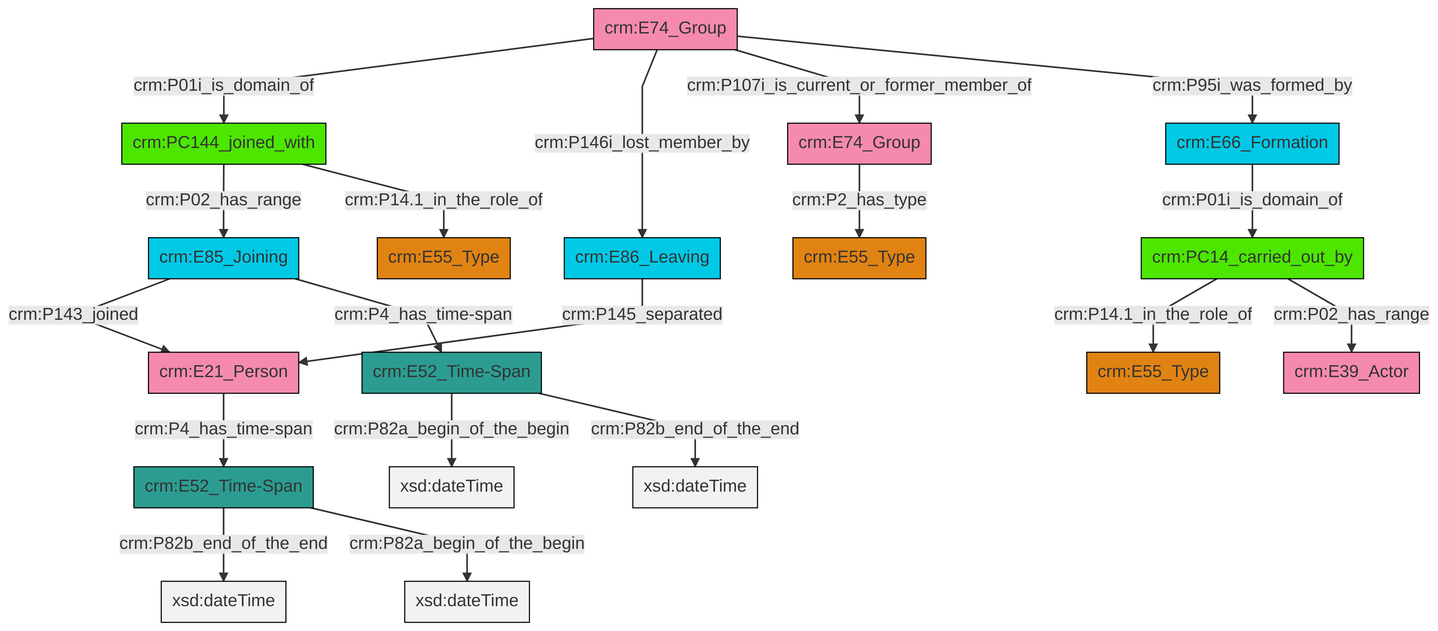
swiss-art-research-net/docs.swissartresearch keeps this Mermaid diagram as et/groupCSV/ttl/mmd/png/group_actor_relations.png. Above is the earlier version. Its source is kept beside it as et/groupCSV/ttl/mmd/group_actor_relations.ttl.mmd.
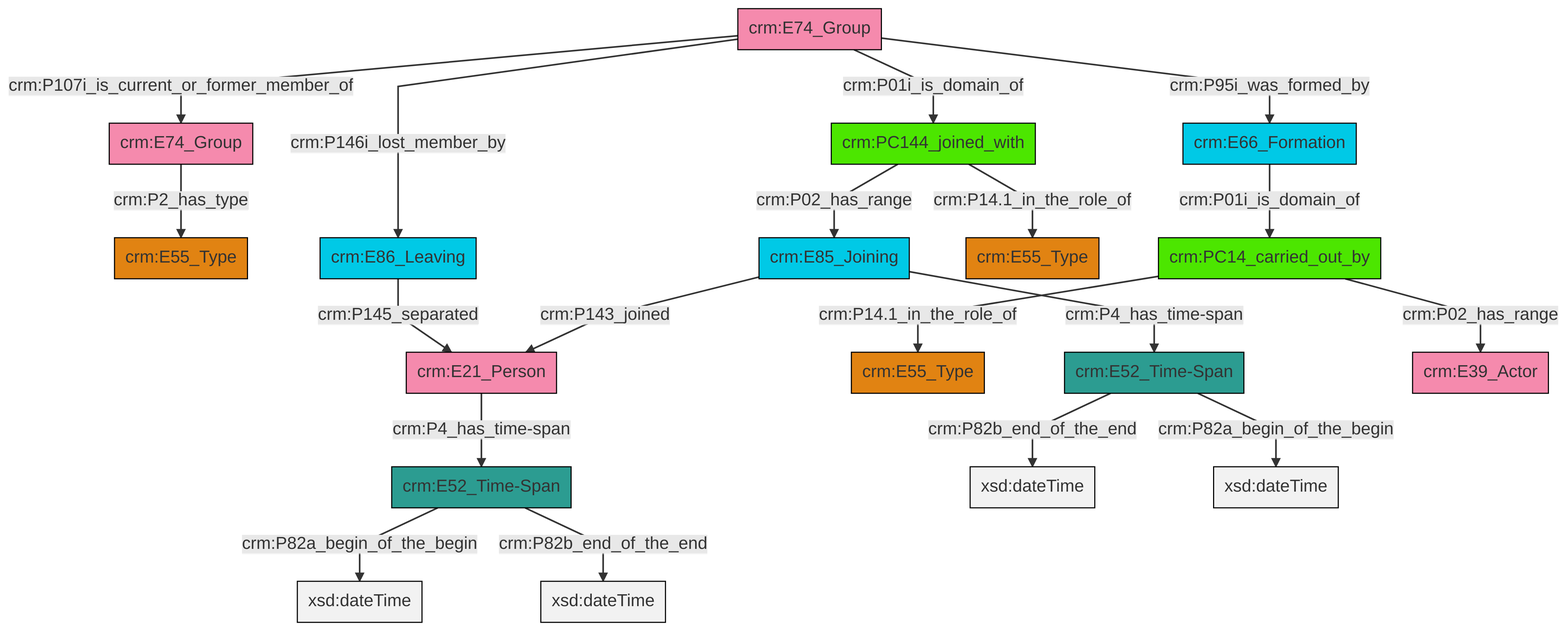
The same file after the commit.

Change to the diagram source:
```diff
@@ -13,21 +13,21 @@
 classDef PC_Classes fill:#4ce600, stroke:#000000;
 classDef Multi fill:#cccccc,stroke:#000000;
 
-0["crm:PC14_carried_out_by"]:::PC_Classes -->|crm:P14.1_in_the_role_of| 1["crm:E55_Type"]:::Type
-3["crm:E86_Leaving"]:::Temporal_Entity -->|crm:P145_separated| 4["crm:E21_Person"]:::Actor
-5["crm:E74_Group"]:::Actor -->|crm:P01i_is_domain_of| 6["crm:PC144_joined_with"]:::PC_Classes
-9["crm:E52_Time-Span"]:::Time-Span -->|crm:P82b_end_of_the_end| 10[xsd:dateTime]:::Literal
-9["crm:E52_Time-Span"]:::Time-Span -->|crm:P82a_begin_of_the_begin| 14[xsd:dateTime]:::Literal
-6["crm:PC144_joined_with"]:::PC_Classes -->|crm:P02_has_range| 17["crm:E85_Joining"]:::Temporal_Entity
-0["crm:PC14_carried_out_by"]:::PC_Classes -->|crm:P02_has_range| 19["crm:E39_Actor"]:::Actor
-5["crm:E74_Group"]:::Actor -->|crm:P146i_lost_member_by| 3["crm:E86_Leaving"]:::Temporal_Entity
-25["crm:E74_Group"]:::Actor -->|crm:P2_has_type| 12["crm:E55_Type"]:::Type
-5["crm:E74_Group"]:::Actor -->|crm:P107i_is_current_or_former_member_of| 25["crm:E74_Group"]:::Actor
-17["crm:E85_Joining"]:::Temporal_Entity -->|crm:P143_joined| 4["crm:E21_Person"]:::Actor
-6["crm:PC144_joined_with"]:::PC_Classes -->|crm:P14.1_in_the_role_of| 7["crm:E55_Type"]:::Type
-4["crm:E21_Person"]:::Actor -->|crm:P4_has_time-span| 9["crm:E52_Time-Span"]:::Time-Span
-23["crm:E66_Formation"]:::Temporal_Entity -->|crm:P01i_is_domain_of| 0["crm:PC14_carried_out_by"]:::PC_Classes
-20["crm:E52_Time-Span"]:::Time-Span -->|crm:P82a_begin_of_the_begin| 30[xsd:dateTime]:::Literal
-17["crm:E85_Joining"]:::Temporal_Entity -->|crm:P4_has_time-span| 20["crm:E52_Time-Span"]:::Time-Span
-20["crm:E52_Time-Span"]:::Time-Span -->|crm:P82b_end_of_the_end| 34[xsd:dateTime]:::Literal
-5["crm:E74_Group"]:::Actor -->|crm:P95i_was_formed_by| 23["crm:E66_Formation"]:::Temporal_Entity
+0["crm:E74_Group"]:::Actor -->|crm:P2_has_type| 1["crm:E55_Type"]:::Type
+2["crm:E21_Person"]:::Actor -->|crm:P4_has_time-span| 3["crm:E52_Time-Span"]:::Time-Span
+6["crm:E52_Time-Span"]:::Time-Span -->|crm:P82b_end_of_the_end| 7[xsd:dateTime]:::Literal
+13["crm:E85_Joining"]:::Temporal_Entity -->|crm:P4_has_time-span| 6["crm:E52_Time-Span"]:::Time-Span
+14["crm:PC144_joined_with"]:::PC_Classes -->|crm:P14.1_in_the_role_of| 15["crm:E55_Type"]:::Type
+13["crm:E85_Joining"]:::Temporal_Entity -->|crm:P143_joined| 2["crm:E21_Person"]:::Actor
+17["crm:PC14_carried_out_by"]:::PC_Classes -->|crm:P02_has_range| 9["crm:E39_Actor"]:::Actor
+3["crm:E52_Time-Span"]:::Time-Span -->|crm:P82a_begin_of_the_begin| 18[xsd:dateTime]:::Literal
+19["crm:E74_Group"]:::Actor -->|crm:P146i_lost_member_by| 11["crm:E86_Leaving"]:::Temporal_Entity
+3["crm:E52_Time-Span"]:::Time-Span -->|crm:P82b_end_of_the_end| 20[xsd:dateTime]:::Literal
+11["crm:E86_Leaving"]:::Temporal_Entity -->|crm:P145_separated| 2["crm:E21_Person"]:::Actor
+22["crm:E66_Formation"]:::Temporal_Entity -->|crm:P01i_is_domain_of| 17["crm:PC14_carried_out_by"]:::PC_Classes
+19["crm:E74_Group"]:::Actor -->|crm:P95i_was_formed_by| 22["crm:E66_Formation"]:::Temporal_Entity
+14["crm:PC144_joined_with"]:::PC_Classes -->|crm:P02_has_range| 13["crm:E85_Joining"]:::Temporal_Entity
+17["crm:PC14_carried_out_by"]:::PC_Classes -->|crm:P14.1_in_the_role_of| 4["crm:E55_Type"]:::Type
+6["crm:E52_Time-Span"]:::Time-Span -->|crm:P82a_begin_of_the_begin| 30[xsd:dateTime]:::Literal
+19["crm:E74_Group"]:::Actor -->|crm:P01i_is_domain_of| 14["crm:PC144_joined_with"]:::PC_Classes
+19["crm:E74_Group"]:::Actor -->|crm:P107i_is_current_or_former_member_of| 0["crm:E74_Group"]:::Actor
```
